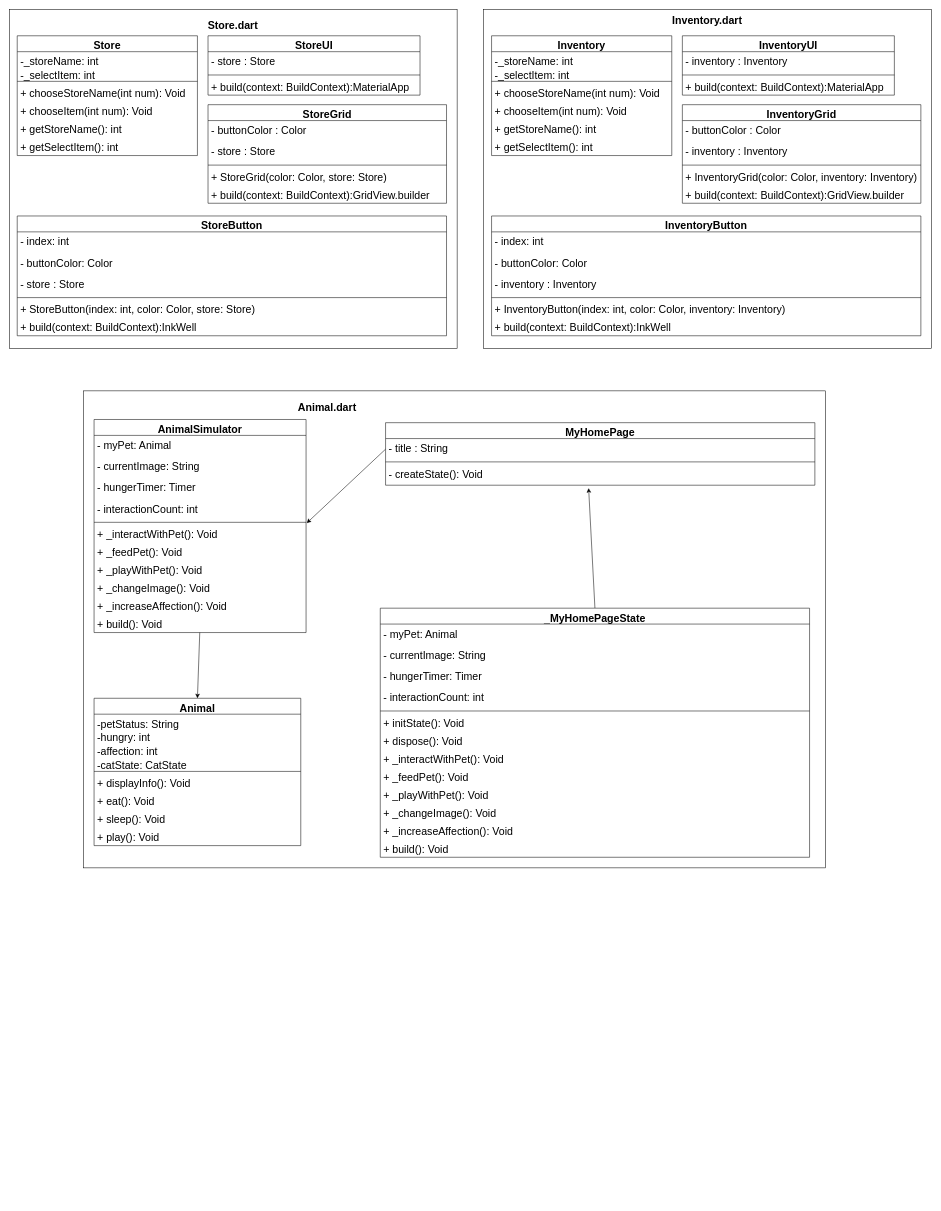
LiberationNacho/Project-pop keeps this draw.io diagram as class.drawio. Above is the earlier version. Source tidied: cells renumbered, new cells numbered last; positions are measured from the earlier drawing's top-left corner, leaving out a move shared by most shapes. Both pictures are drawn from the tidied source at 53%, with x=0, y=0 at pixel (9, 9).
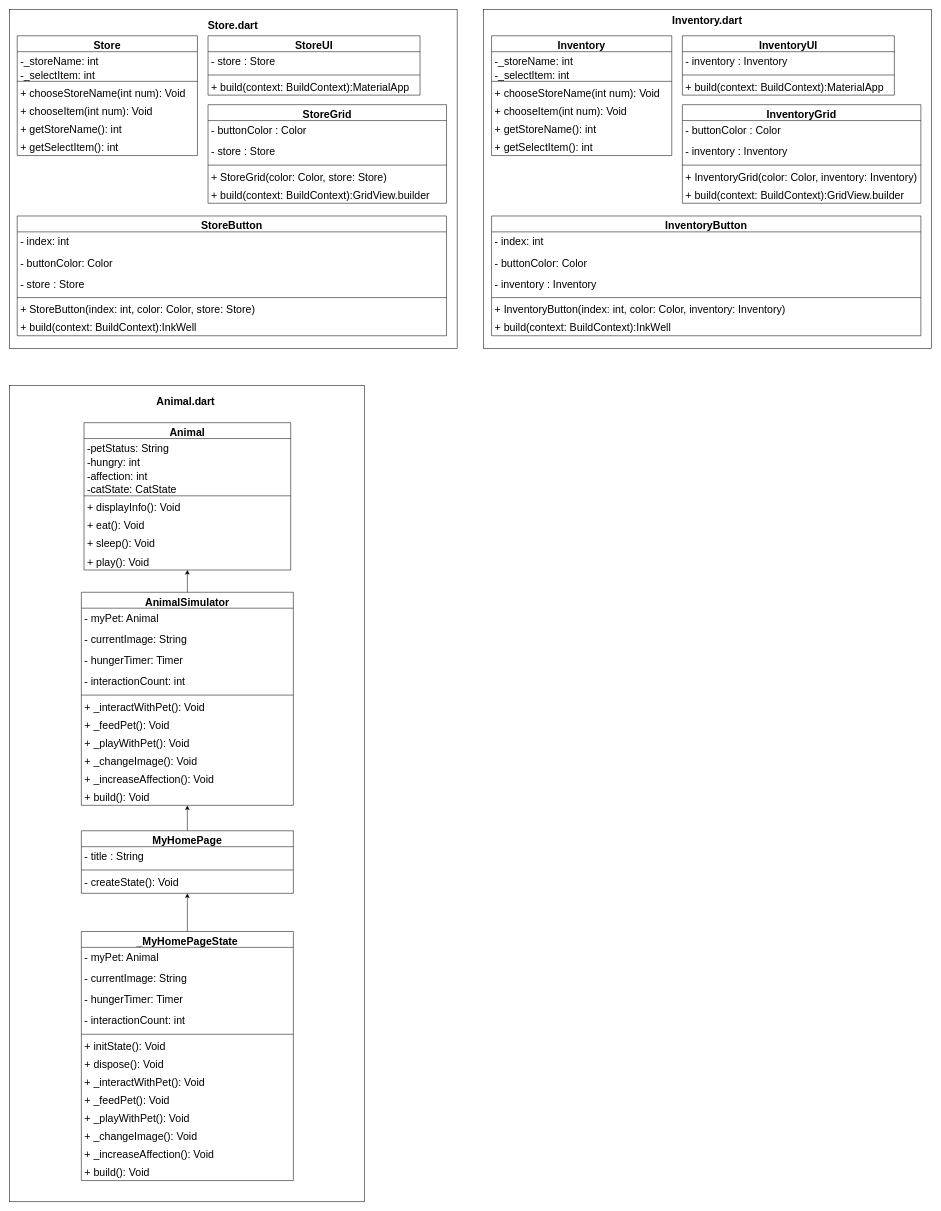
Above is the later version.

Commit message:
클래스 다이어그램 수정

The change refers to these unchanged cells:
```xml
<mxCell id="63" value="+ _interactWithPet(): Void" style="text;strokeColor=none;fillColor=none;align=left;verticalAlign=top;spacingLeft=4;spacingRight=4;overflow=hidden;points=[[0,0.5],[1,0.5]];portConstraint=eastwest;fontSize=20;" parent="57" vertex="1">
  <mxGeometry y="198" width="400" height="34" as="geometry" />
</mxCell>
<mxCell id="68" value="+ build(): Void" style="text;strokeColor=none;fillColor=none;align=left;verticalAlign=top;spacingLeft=4;spacingRight=4;overflow=hidden;points=[[0,0.5],[1,0.5]];portConstraint=eastwest;fontSize=20;" parent="57" vertex="1">
  <mxGeometry y="368" width="400" height="34" as="geometry" />
</mxCell>
```

The edit, as a diff of the source:
```diff
@@
+    <mxCell id="101" style="group;" parent="1" vertex="1">
+      <mxGeometry y="710" width="670" height="1540" as="geometry" />
+    </mxCell>
-    <mxCell id="56" style="rounded=0;whiteSpace=wrap;html=1;" parent="1" vertex="1">
-      <mxGeometry x="140" y="720" width="1400" height="900" as="geometry" />
+    <mxCell id="56" style="rounded=0;whiteSpace=wrap;html=1;" parent="101" vertex="1">
+      <mxGeometry width="670" height="1540" as="geometry" />
     </mxCell>
-    <mxCell id="57" value="AnimalSimulator" style="swimlane;fontStyle=1;align=center;verticalAlign=top;horizontal=1;startSize=30;fontSize=20;" parent="1" vertex="1">
-      <mxGeometry x="160" y="774" width="400" height="402" as="geometry" />
+    <mxCell id="57" value="AnimalSimulator" style="swimlane;fontStyle=1;align=center;verticalAlign=top;horizontal=1;startSize=30;fontSize=20;" parent="101" vertex="1">
+      <mxGeometry x="136" y="390" width="400" height="402" as="geometry" />
     </mxCell>
@@
-    <mxCell id="69" value="Animal.dart" style="text;html=1;strokeColor=none;fillColor=none;align=center;verticalAlign=middle;whiteSpace=wrap;rounded=0;fontSize=20;fontStyle=1;" parent="1" vertex="1">
-      <mxGeometry x="516.9" y="730" width="166.2" height="40" as="geometry" />
+    <mxCell id="69" value="Animal.dart" style="text;html=1;strokeColor=none;fillColor=none;align=center;verticalAlign=middle;whiteSpace=wrap;rounded=0;fontSize=20;fontStyle=1;" parent="101" vertex="1">
+      <mxGeometry x="249.9" y="10" width="166.2" height="40" as="geometry" />
     </mxCell>
-    <mxCell id="70" value="Animal" style="swimlane;fontStyle=1;align=center;verticalAlign=top;horizontal=1;startSize=30;fontSize=20;" parent="1" vertex="1">
-      <mxGeometry x="160" y="1300" width="390" height="278" as="geometry" />
+    <mxCell id="70" value="Animal" style="swimlane;fontStyle=1;align=center;verticalAlign=top;horizontal=1;startSize=30;fontSize=20;" parent="101" vertex="1">
+      <mxGeometry x="141" y="70" width="390" height="278" as="geometry" />
     </mxCell>
@@
+    <mxCell id="100" style="edgeStyle=none;html=1;" parent="101" edge="1" source="57" target="70">
+      <mxGeometry relative="1" as="geometry" />
+    </mxCell>
+    <mxCell id="102" style="edgeStyle=none;html=1;" parent="101" edge="1" source="80" target="57">
+      <mxGeometry relative="1" as="geometry" />
+    </mxCell>
-    <mxCell id="80" value="MyHomePage" style="swimlane;fontStyle=1;align=center;verticalAlign=top;horizontal=1;startSize=30;fontSize=20;" parent="1" vertex="1">
-      <mxGeometry x="710" y="780" width="810" height="118" as="geometry" />
+    <mxCell id="80" value="MyHomePage" style="swimlane;fontStyle=1;align=center;verticalAlign=top;horizontal=1;startSize=30;fontSize=20;" parent="101" vertex="1">
+      <mxGeometry x="136" y="840" width="400" height="118" as="geometry" />
     </mxCell>
     <mxCell id="81" value="- title : String" style="text;strokeColor=none;fillColor=none;align=left;verticalAlign=top;spacingLeft=4;spacingRight=4;overflow=hidden;points=[[0,0.5],[1,0.5]];portConstraint=eastwest;fontSize=20;" parent="80" vertex="1">
-      <mxGeometry y="30" width="810" height="40" as="geometry" />
+      <mxGeometry y="30" width="400" height="40" as="geometry" />
     </mxCell>
     <mxCell id="82" style="line;strokeWidth=1;fillColor=none;align=left;verticalAlign=middle;spacingTop=-1;spacingLeft=3;spacingRight=3;labelPosition=right;strokeColor=inherit;fontSize=20;" parent="80" vertex="1">
-      <mxGeometry y="70" width="810" height="8" as="geometry" />
+      <mxGeometry y="70" width="400" height="8" as="geometry" />
     </mxCell>
     <mxCell id="83" value="- createState(): Void" style="text;strokeColor=none;fillColor=none;align=left;verticalAlign=top;spacingLeft=4;spacingRight=4;overflow=hidden;points=[[0,0.5],[1,0.5]];portConstraint=eastwest;fontSize=20;" parent="80" vertex="1">
-      <mxGeometry y="78" width="810" height="40" as="geometry" />
+      <mxGeometry y="78" width="400" height="40" as="geometry" />
     </mxCell>
-    <mxCell id="84" style="edgeStyle=none;html=1;exitX=0.5;exitY=0;exitDx=0;exitDy=0;entryX=0.473;entryY=1.138;entryDx=0;entryDy=0;entryPerimeter=0;" parent="1" edge="1" source="85" target="83">
-      <mxGeometry relative="1" as="geometry" />
-    </mxCell>
+    <mxCell id="103" style="edgeStyle=none;html=1;" parent="101" edge="1" source="85" target="80">
+      <mxGeometry relative="1" as="geometry" />
+    </mxCell>
-    <mxCell id="85" value="_MyHomePageState" style="swimlane;fontStyle=1;align=center;verticalAlign=top;horizontal=1;startSize=30;fontSize=20;" parent="1" vertex="1">
-      <mxGeometry x="700" y="1130" width="810" height="470" as="geometry" />
+    <mxCell id="85" value="_MyHomePageState" style="swimlane;fontStyle=1;align=center;verticalAlign=top;horizontal=1;startSize=30;fontSize=20;" parent="101" vertex="1">
+      <mxGeometry x="136" y="1030" width="400" height="470" as="geometry" />
     </mxCell>
     <mxCell id="86" value="- myPet: Animal" style="text;strokeColor=none;fillColor=none;align=left;verticalAlign=top;spacingLeft=4;spacingRight=4;overflow=hidden;fontSize=20;" parent="85" vertex="1">
-      <mxGeometry y="30" width="810" height="40" as="geometry" />
+      <mxGeometry y="30" width="400" height="40" as="geometry" />
     </mxCell>
     <mxCell id="87" value="- currentImage: String" style="text;strokeColor=none;fillColor=none;align=left;verticalAlign=top;spacingLeft=4;spacingRight=4;overflow=hidden;fontSize=20;" parent="85" vertex="1">
-      <mxGeometry y="70" width="810" height="40" as="geometry" />
+      <mxGeometry y="70" width="400" height="40" as="geometry" />
     </mxCell>
     <mxCell id="88" value="- hungerTimer: Timer" style="text;strokeColor=none;fillColor=none;align=left;verticalAlign=top;spacingLeft=4;spacingRight=4;overflow=hidden;fontSize=20;" parent="85" vertex="1">
-      <mxGeometry y="110" width="810" height="40" as="geometry" />
+      <mxGeometry y="110" width="400" height="40" as="geometry" />
     </mxCell>
     <mxCell id="89" value="- interactionCount: int" style="text;strokeColor=none;fillColor=none;align=left;verticalAlign=top;spacingLeft=4;spacingRight=4;overflow=hidden;fontSize=20;" parent="85" vertex="1">
-      <mxGeometry y="150" width="810" height="40" as="geometry" />
+      <mxGeometry y="150" width="400" height="40" as="geometry" />
     </mxCell>
     <mxCell id="90" style="line;strokeWidth=1;fillColor=none;align=left;verticalAlign=middle;spacingTop=-1;spacingLeft=3;spacingRight=3;labelPosition=right;strokeColor=inherit;fontSize=20;" parent="85" vertex="1">
-      <mxGeometry y="190" width="810" height="8" as="geometry" />
+      <mxGeometry y="190" width="400" height="8" as="geometry" />
     </mxCell>
     <mxCell id="91" value="+ initState(): Void" style="text;strokeColor=none;fillColor=none;align=left;verticalAlign=top;spacingLeft=4;spacingRight=4;overflow=hidden;fontSize=20;" parent="85" vertex="1">
-      <mxGeometry y="198" width="810" height="34" as="geometry" />
+      <mxGeometry y="198" width="400" height="34" as="geometry" />
     </mxCell>
     <mxCell id="92" value="+ dispose(): Void" style="text;strokeColor=none;fillColor=none;align=left;verticalAlign=top;spacingLeft=4;spacingRight=4;overflow=hidden;fontSize=20;" parent="85" vertex="1">
-      <mxGeometry y="232" width="810" height="34" as="geometry" />
+      <mxGeometry y="232" width="400" height="34" as="geometry" />
     </mxCell>
     <mxCell id="93" value="+ _interactWithPet(): Void" style="text;strokeColor=none;fillColor=none;align=left;verticalAlign=top;spacingLeft=4;spacingRight=4;overflow=hidden;fontSize=20;" parent="85" vertex="1">
-      <mxGeometry y="266" width="810" height="34" as="geometry" />
+      <mxGeometry y="266" width="400" height="34" as="geometry" />
     </mxCell>
     <mxCell id="94" value="+ _feedPet(): Void" style="text;strokeColor=none;fillColor=none;align=left;verticalAlign=top;spacingLeft=4;spacingRight=4;overflow=hidden;fontSize=20;" parent="85" vertex="1">
-      <mxGeometry y="300" width="810" height="34" as="geometry" />
+      <mxGeometry y="300" width="400" height="34" as="geometry" />
     </mxCell>
     <mxCell id="95" value="+ _playWithPet(): Void" style="text;strokeColor=none;fillColor=none;align=left;verticalAlign=top;spacingLeft=4;spacingRight=4;overflow=hidden;fontSize=20;" parent="85" vertex="1">
-      <mxGeometry y="334" width="810" height="34" as="geometry" />
+      <mxGeometry y="334" width="400" height="34" as="geometry" />
     </mxCell>
     <mxCell id="96" value="+ _changeImage(): Void" style="text;strokeColor=none;fillColor=none;align=left;verticalAlign=top;spacingLeft=4;spacingRight=4;overflow=hidden;fontSize=20;" parent="85" vertex="1">
-      <mxGeometry y="368" width="810" height="34" as="geometry" />
+      <mxGeometry y="368" width="400" height="34" as="geometry" />
     </mxCell>
     <mxCell id="97" value="+ _increaseAffection(): Void" style="text;strokeColor=none;fillColor=none;align=left;verticalAlign=top;spacingLeft=4;spacingRight=4;overflow=hidden;fontSize=20;" parent="85" vertex="1">
-      <mxGeometry y="402" width="810" height="34" as="geometry" />
+      <mxGeometry y="402" width="400" height="34" as="geometry" />
     </mxCell>
     <mxCell id="98" value="+ build(): Void" style="text;strokeColor=none;fillColor=none;align=left;verticalAlign=top;spacingLeft=4;spacingRight=4;overflow=hidden;fontSize=20;" parent="85" vertex="1">
-      <mxGeometry y="436" width="810" height="34" as="geometry" />
+      <mxGeometry y="436" width="400" height="34" as="geometry" />
     </mxCell>
-    <mxCell id="99" style="edgeStyle=none;html=1;exitX=0;exitY=0.5;exitDx=0;exitDy=0;entryX=1.003;entryY=-0.074;entryDx=0;entryDy=0;entryPerimeter=0;" parent="1" edge="1" source="81" target="63">
-      <mxGeometry relative="1" as="geometry" />
-    </mxCell>
-    <mxCell id="100" style="edgeStyle=none;html=1;entryX=0.5;entryY=0;entryDx=0;entryDy=0;" parent="1" edge="1" source="68" target="70">
-      <mxGeometry relative="1" as="geometry" />
-    </mxCell>
```
